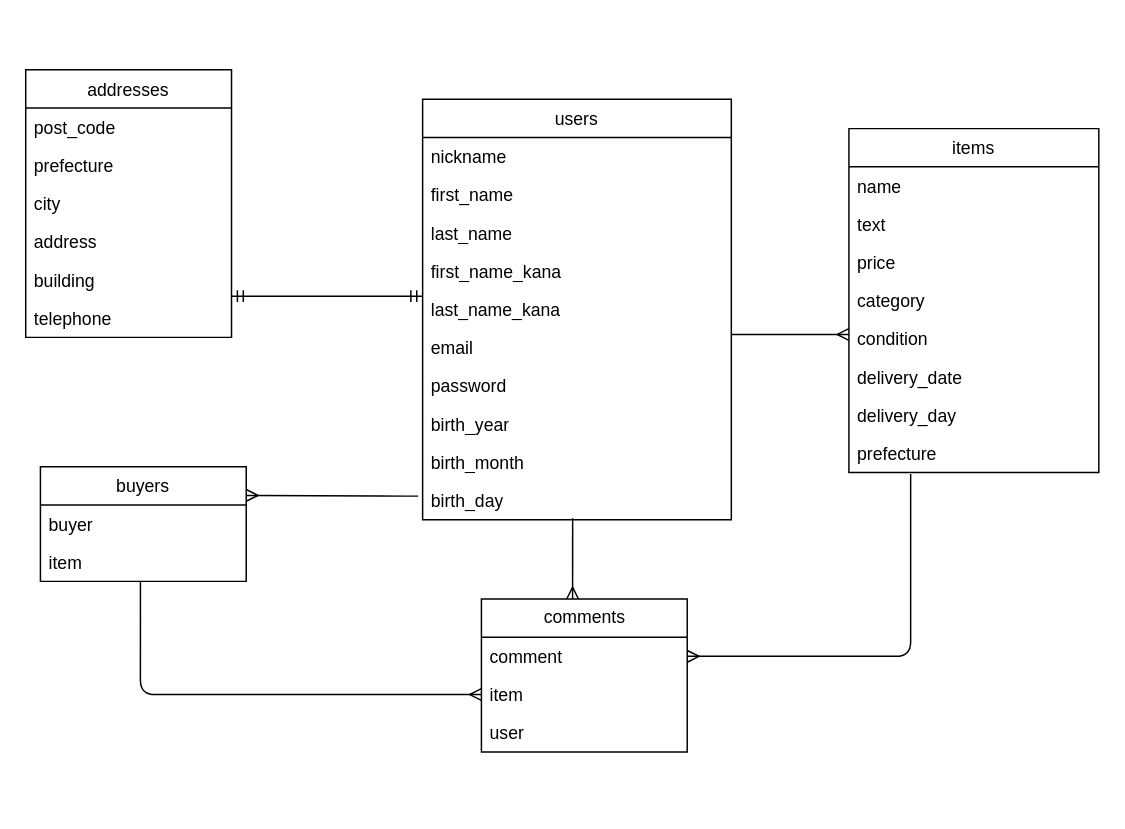
The draw.io diagram furima.dio in nadakichi/furima-36845, before the edit. Source tidied: cells renumbered, new cells numbered last; positions are measured from the earlier drawing's top-left corner, leaving out a move shared by most shapes. Both pictures are drawn from the tidied source at 147%, with x=0, y=0 at pixel (25, 69).
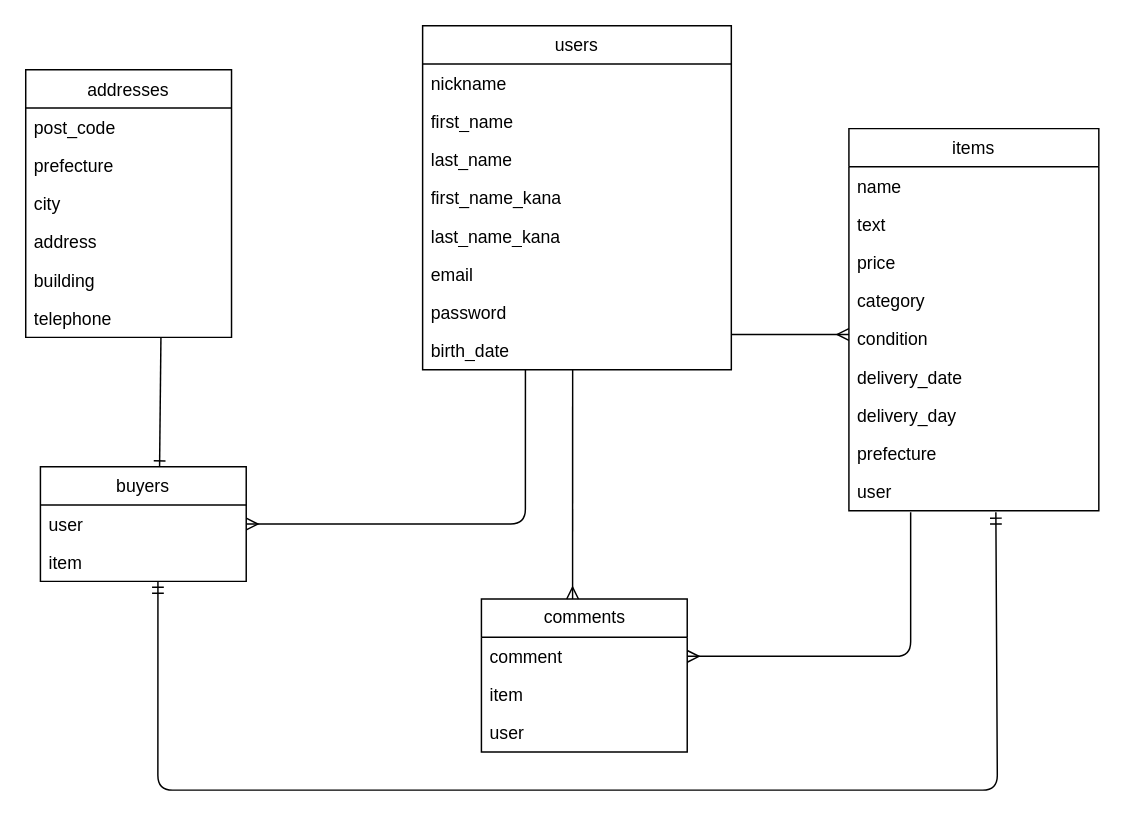
The same diagram, later.

The change refers to these unchanged cells:
```xml
<mxCell id="7" value="last_name_kana" style="text;strokeColor=none;fillColor=none;align=left;verticalAlign=top;spacingLeft=4;spacingRight=4;overflow=hidden;points=[[0,0.5],[1,0.5]];portConstraint=eastwest;html=1;" parent="2" vertex="1">
  <mxGeometry y="130" width="210" height="26" as="geometry" />
</mxCell>
<mxCell id="28" value="telephone" style="text;strokeColor=none;fillColor=none;align=left;verticalAlign=top;spacingLeft=4;spacingRight=4;overflow=hidden;points=[[0,0.5],[1,0.5]];portConstraint=eastwest;" parent="22" vertex="1">
  <mxGeometry y="156" width="140" height="26" as="geometry" />
</mxCell>
<mxCell id="31" value="comments" style="swimlane;fontStyle=0;horizontal=1;startSize=26;html=1;" parent="1" vertex="1">
  <mxGeometry x="310" y="360" width="140" height="104" as="geometry" />
</mxCell>
<mxCell id="33" value="item" style="text;strokeColor=none;fillColor=none;align=left;verticalAlign=top;spacingLeft=4;spacingRight=4;overflow=hidden;points=[[0,0.5],[1,0.5]];portConstraint=eastwest;" parent="31" vertex="1">
  <mxGeometry y="52" width="140" height="26" as="geometry" />
</mxCell>
<mxCell id="38" value="buyers" style="swimlane;fontStyle=0;horizontal=1;startSize=26;fillColor=none;" parent="1" vertex="1">
  <mxGeometry x="10" y="270" width="140" height="78" as="geometry" />
</mxCell>
<mxCell id="40" value="item" style="text;strokeColor=none;fillColor=none;align=left;verticalAlign=top;spacingLeft=4;spacingRight=4;overflow=hidden;points=[[0,0.5],[1,0.5]];portConstraint=eastwest;" parent="38" vertex="1">
  <mxGeometry y="52" width="140" height="26" as="geometry" />
</mxCell>
```

Change to the diagram source:
```diff
@@
     <mxCell id="2" value="users" style="swimlane;fontStyle=0;horizontal=1;startSize=26;" parent="1" vertex="1">
-      <mxGeometry x="270" y="20" width="210" height="286" as="geometry" />
+      <mxGeometry x="270" y="-30" width="210" height="234" as="geometry" />
     </mxCell>
@@
-    <mxCell id="10" value="birth_year" style="text;strokeColor=none;fillColor=none;align=left;verticalAlign=top;spacingLeft=4;spacingRight=4;overflow=hidden;points=[[0,0.5],[1,0.5]];portConstraint=eastwest;html=1;" parent="2" vertex="1">
+    <mxCell id="10" value="birth_date" style="text;strokeColor=none;fillColor=none;align=left;verticalAlign=top;spacingLeft=4;spacingRight=4;overflow=hidden;points=[[0,0.5],[1,0.5]];portConstraint=eastwest;html=1;" parent="2" vertex="1">
       <mxGeometry y="208" width="210" height="26" as="geometry" />
     </mxCell>
-    <mxCell id="11" value="birth_month" style="text;strokeColor=none;fillColor=none;align=left;verticalAlign=top;spacingLeft=4;spacingRight=4;overflow=hidden;html=1;" parent="2" vertex="1">
-      <mxGeometry y="234" width="210" height="26" as="geometry" />
-    </mxCell>
-    <mxCell id="12" value="birth_day" style="text;strokeColor=none;fillColor=none;align=left;verticalAlign=top;spacingLeft=4;spacingRight=4;overflow=hidden;points=[[0,0.5],[1,0.5]];portConstraint=eastwest;html=1;" parent="2" vertex="1">
-      <mxGeometry y="260" width="210" height="26" as="geometry" />
-    </mxCell>
     <mxCell id="13" value="items" style="swimlane;fontStyle=0;horizontal=1;startSize=26;" parent="1" vertex="1">
-      <mxGeometry x="560" y="40" width="170" height="234" as="geometry" />
+      <mxGeometry x="560" y="40" width="170" height="260" as="geometry" />
     </mxCell>
@@
+    <mxCell id="43" value="prefecture" style="text;strokeColor=none;fillColor=none;align=left;verticalAlign=top;spacingLeft=4;spacingRight=4;overflow=hidden;" parent="13" vertex="1">
+      <mxGeometry y="208" width="170" height="26" as="geometry" />
+    </mxCell>
-    <mxCell id="21" value="prefecture" style="text;strokeColor=none;fillColor=none;align=left;verticalAlign=top;spacingLeft=4;spacingRight=4;overflow=hidden;points=[[0,0.5],[1,0.5]];portConstraint=eastwest;" parent="13" vertex="1">
-      <mxGeometry y="208" width="170" height="26" as="geometry" />
+    <mxCell id="21" value="user" style="text;strokeColor=none;fillColor=none;align=left;verticalAlign=top;spacingLeft=4;spacingRight=4;overflow=hidden;points=[[0,0.5],[1,0.5]];portConstraint=eastwest;" parent="13" vertex="1">
+      <mxGeometry y="234" width="170" height="26" as="geometry" />
     </mxCell>
@@
-    <mxCell id="29" style="edgeStyle=entityRelationEdgeStyle;fontSize=12;html=1;endArrow=ERmandOne;startArrow=ERmandOne;entryX=0;entryY=0.154;entryDx=0;entryDy=0;entryPerimeter=0;" parent="1" edge="1" target="7">
-      <mxGeometry relative="1" as="geometry">
-        <mxPoint x="140" y="154" as="sourcePoint" />
-      </mxGeometry>
-    </mxCell>
-    <mxCell id="30" style="edgeStyle=none;html=1;exitX=0;exitY=0.5;exitDx=0;exitDy=0;" parent="1" edge="1" source="7">
-      <mxGeometry relative="1" as="geometry">
-        <mxPoint x="270" y="163" as="targetPoint" />
-      </mxGeometry>
-    </mxCell>
@@
-    <mxCell id="36" style="fontSize=12;html=1;endArrow=ERmany;entryX=0.443;entryY=0;entryDx=0;entryDy=0;entryPerimeter=0;exitX=0.486;exitY=0.962;exitDx=0;exitDy=0;exitPerimeter=0;" parent="1" edge="1" source="12" target="31">
+    <mxCell id="36" style="fontSize=12;html=1;endArrow=ERmany;entryX=0.443;entryY=0;entryDx=0;entryDy=0;entryPerimeter=0;exitX=0.486;exitY=1;exitDx=0;exitDy=0;exitPerimeter=0;" parent="1" edge="1" source="10" target="31">
       <mxGeometry relative="1" as="geometry" />
     </mxCell>
@@
-    <mxCell id="39" value="buyer" style="text;strokeColor=none;fillColor=none;align=left;verticalAlign=top;spacingLeft=4;spacingRight=4;overflow=hidden;" parent="38" vertex="1">
-      <mxGeometry y="26" width="140" height="26" as="geometry" />
-    </mxCell>
+    <mxCell id="44" value="user" style="text;strokeColor=none;fillColor=none;align=left;verticalAlign=top;spacingLeft=4;spacingRight=4;overflow=hidden;points=[[0,0.5],[1,0.5]];portConstraint=eastwest;" parent="38" vertex="1">
+      <mxGeometry y="26" width="140" height="26" as="geometry" />
+    </mxCell>
@@
-    <mxCell id="41" style="edgeStyle=orthogonalEdgeStyle;fontSize=12;html=1;endArrow=ERmany;entryX=0;entryY=0.5;entryDx=0;entryDy=0;exitX=0.486;exitY=1;exitDx=0;exitDy=0;exitPerimeter=0;" parent="1" edge="1" source="40" target="33">
-      <mxGeometry relative="1" as="geometry" />
-    </mxCell>
-    <mxCell id="42" style="fontSize=12;html=1;endArrow=ERmany;entryX=1;entryY=0.25;entryDx=0;entryDy=0;" parent="1" edge="1" target="38">
-      <mxGeometry relative="1" as="geometry">
-        <mxPoint x="267" y="290" as="sourcePoint" />
-        <Array as="points">
-          <mxPoint x="250" y="290" />
-        </Array>
-      </mxGeometry>
-    </mxCell>
+    <mxCell id="45" style="fontSize=12;html=1;endArrow=ERone;endFill=1;entryX=0.579;entryY=0;entryDx=0;entryDy=0;entryPerimeter=0;exitX=0.657;exitY=1;exitDx=0;exitDy=0;exitPerimeter=0;" parent="1" edge="1" source="28" target="38">
+      <mxGeometry relative="1" as="geometry" />
+    </mxCell>
+    <mxCell id="46" style="edgeStyle=orthogonalEdgeStyle;fontSize=12;html=1;endArrow=ERmandOne;startArrow=ERmandOne;entryX=0.588;entryY=1.038;entryDx=0;entryDy=0;entryPerimeter=0;exitX=0.571;exitY=1;exitDx=0;exitDy=0;exitPerimeter=0;" parent="1" edge="1" source="40" target="21">
+      <mxGeometry relative="1" as="geometry">
+        <Array as="points">
+          <mxPoint x="90" y="490" />
+          <mxPoint x="661" y="490" />
+        </Array>
+      </mxGeometry>
+    </mxCell>
+    <mxCell id="47" style="fontSize=12;html=1;endArrow=ERmany;entryX=1;entryY=0.5;entryDx=0;entryDy=0;edgeStyle=orthogonalEdgeStyle;exitX=0.333;exitY=1;exitDx=0;exitDy=0;exitPerimeter=0;" parent="1" edge="1" source="10" target="44">
+      <mxGeometry relative="1" as="geometry" />
+    </mxCell>
```
